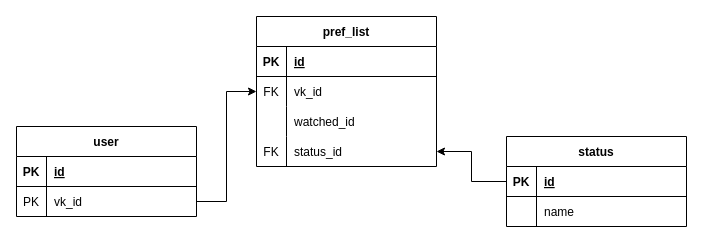
This is database/database.drawio from KeplerXIII/test_vk_bot_learning, a draw.io file, before an edit. Source tidied: cells renumbered, new cells numbered last; positions are measured from the earlier drawing's top-left corner, leaving out a move shared by most shapes. Both pictures are drawn from the tidied source at 100%, with x=0, y=0 at pixel (16, 16).
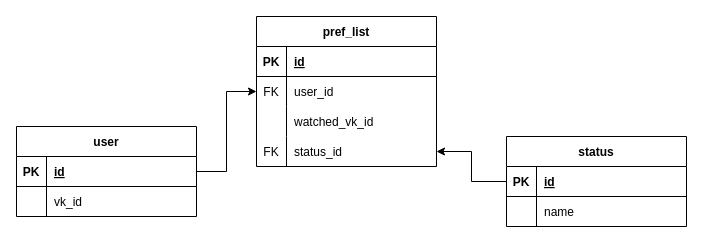
After the change.

The change refers to these unchanged cells:
```xml
<mxCell id="6" style="shape=tableRow;horizontal=0;startSize=0;swimlaneHead=0;swimlaneBody=0;fillColor=none;points=[[0,0.5],[1,0.5]];portConstraint=eastwest;top=0;left=0;right=0;bottom=0;" parent="2" vertex="1">
  <mxGeometry y="60" width="180" height="30" as="geometry" />
</mxCell>
<mxCell id="9" style="shape=tableRow;horizontal=0;startSize=0;swimlaneHead=0;swimlaneBody=0;fillColor=none;top=0;left=0;right=0;bottom=0;" parent="2" vertex="1">
  <mxGeometry y="90" width="180" height="30" as="geometry" />
</mxCell>
<mxCell id="24" style="shape=tableRow;horizontal=0;startSize=0;swimlaneHead=0;swimlaneBody=0;fillColor=none;points=[[0,0.5],[1,0.5]];portConstraint=eastwest;top=0;left=0;right=0;bottom=1;" parent="23" vertex="1">
  <mxGeometry y="30" width="180" height="30" as="geometry" />
</mxCell>
<mxCell id="27" style="shape=tableRow;horizontal=0;startSize=0;swimlaneHead=0;swimlaneBody=0;fillColor=none;points=[[0,0.5],[1,0.5]];portConstraint=eastwest;top=0;left=0;right=0;bottom=0;" parent="23" vertex="1">
  <mxGeometry y="60" width="180" height="30" as="geometry" />
</mxCell>
```

What changed in the source:
```diff
@@
-    <mxCell id="8" value="vk_id" style="shape=partialRectangle;fillColor=none;top=0;left=0;bottom=0;right=0;align=left;spacingLeft=6;overflow=hidden;" parent="6" vertex="1">
+    <mxCell id="8" value="user_id" style="shape=partialRectangle;fillColor=none;top=0;left=0;bottom=0;right=0;align=left;spacingLeft=6;overflow=hidden;" parent="6" vertex="1">
       <mxGeometry x="30" width="150" height="30" as="geometry" />
     </mxCell>
@@
-    <mxCell id="11" value="watched_id" style="shape=partialRectangle;fillColor=none;top=0;left=0;bottom=0;right=0;align=left;spacingLeft=6;overflow=hidden;" parent="9" vertex="1">
+    <mxCell id="11" value="watched_vk_id" style="shape=partialRectangle;fillColor=none;top=0;left=0;bottom=0;right=0;align=left;spacingLeft=6;overflow=hidden;" parent="9" vertex="1">
       <mxGeometry x="30" width="150" height="30" as="geometry" />
     </mxCell>
@@
-    <mxCell id="28" value="PK" style="shape=partialRectangle;fillColor=none;top=0;left=0;bottom=0;right=0;overflow=hidden;" parent="27" vertex="1">
+    <mxCell id="28" style="shape=partialRectangle;fillColor=none;top=0;left=0;bottom=0;right=0;overflow=hidden;" parent="27" vertex="1">
       <mxGeometry width="30" height="30" as="geometry" />
     </mxCell>
@@
-    <mxCell id="30" style="edgeStyle=orthogonalEdgeStyle;rounded=0;jettySize=auto;html=1;" parent="1" edge="1" source="27" target="6">
+    <mxCell id="30" style="edgeStyle=orthogonalEdgeStyle;rounded=0;jettySize=auto;html=1;exitX=1;exitY=0.5;exitDx=0;exitDy=0;" parent="1" edge="1" source="24" target="6">
       <mxGeometry relative="1" as="geometry" />
     </mxCell>
```
